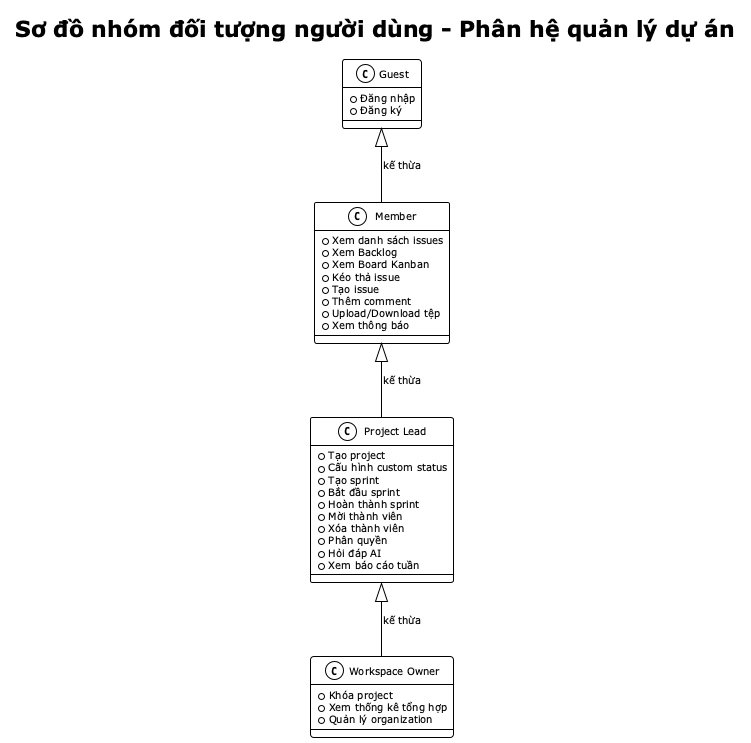
Before: reports/dat-examples/report/images/user_groups.png, a diagram exported from PlantUML (toantran292/datn).
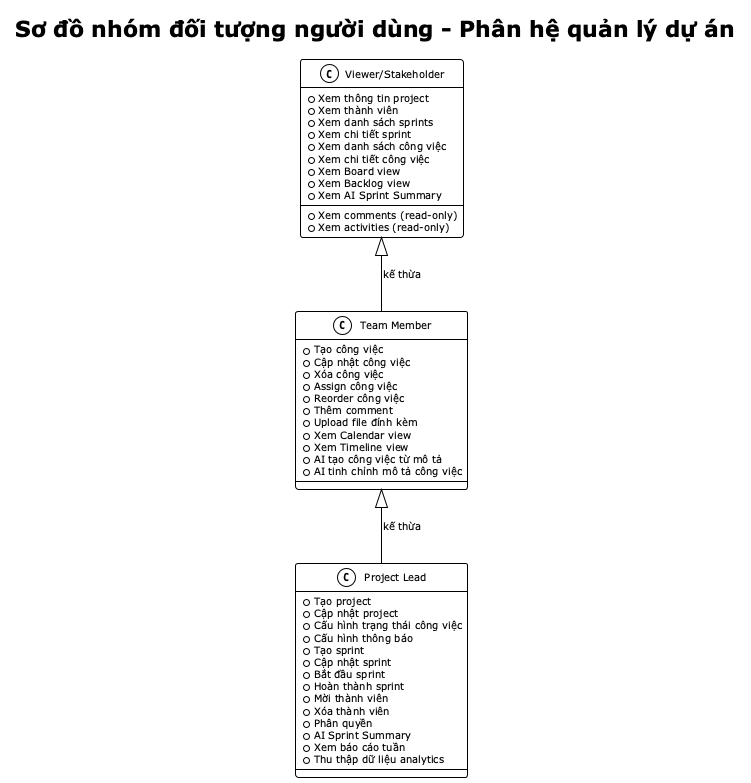
After the change.

Change to the diagram source:
```diff
@@ -7,43 +7,52 @@
 
 title Sơ đồ nhóm đối tượng người dùng - Phân hệ quản lý dự án
 
-class "Guest" as Guest {
-    + Đăng nhập
-    + Đăng ký
+class "Viewer/Stakeholder" as Viewer {
+    + Xem thông tin project
+    + Xem thành viên
+    + Xem danh sách sprints
+    + Xem chi tiết sprint
+    + Xem danh sách công việc
+    + Xem chi tiết công việc
+    + Xem comments (read-only)
+    + Xem activities (read-only)
+    + Xem Board view
+    + Xem Backlog view
+    + Xem AI Sprint Summary
 }
 
-class "Member" as Member {
-    + Xem danh sách issues
-    + Xem Backlog
-    + Xem Board Kanban
-    + Kéo thả issue
-    + Tạo issue
+class "Team Member" as TeamMember {
+    + Tạo công việc
+    + Cập nhật công việc
+    + Xóa công việc
+    + Assign công việc
+    + Reorder công việc
     + Thêm comment
-    + Upload/Download tệp
-    + Xem thông báo
+    + Upload file đính kèm
+    + Xem Calendar view
+    + Xem Timeline view
+    + AI tạo công việc từ mô tả
+    + AI tinh chỉnh mô tả công việc
 }
 
 class "Project Lead" as Lead {
     + Tạo project
-    + Cấu hình custom status
+    + Cập nhật project
+    + Cấu hình trạng thái công việc
+    + Cấu hình thông báo
     + Tạo sprint
+    + Cập nhật sprint
     + Bắt đầu sprint
     + Hoàn thành sprint
     + Mời thành viên
     + Xóa thành viên
     + Phân quyền
-    + Hỏi đáp AI
+    + AI Sprint Summary
     + Xem báo cáo tuần
+    + Thu thập dữ liệu analytics
 }
 
-class "Workspace Owner" as Owner {
-    + Khóa project
-    + Xem thống kê tổng hợp
-    + Quản lý organization
-}
-
-Guest <|-- Member : kế thừa
-Member <|-- Lead : kế thừa
-Lead <|-- Owner : kế thừa
+Viewer <|-- TeamMember : kế thừa
+TeamMember <|-- Lead : kế thừa
 
 @enduml
```
